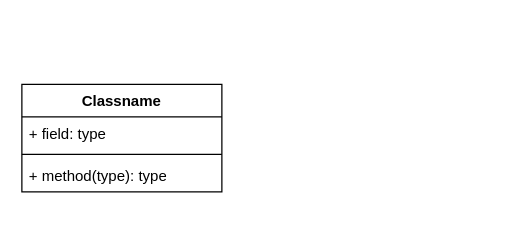
Before: Diagrama de Diseño Relacional ACME.drawio in MichelAdrianTorradoRoa/SISTEMA_DE_CONTROL_DE_ACCESO_PARA_EL_COMPLEJO_EMPRESARIAL_ZONA_ACME, a draw.io diagram. Source tidied: cells renumbered, new cells numbered last; positions are measured from the earlier drawing's top-left corner, leaving out a move shared by most shapes. Both pictures are drawn from the tidied source at 125%, with x=0, y=0 at pixel (21, 84).
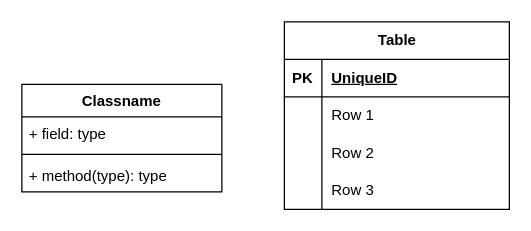
Above is the later version.

Diff of the diagram source:
```diff
@@
 <mxGraphModel>
   <root>
     <mxCell id="0" />
     <mxCell id="1" parent="0" />
     <mxCell id="2" value="Classname" style="swimlane;fontStyle=1;align=center;verticalAlign=top;horizontal=1;startSize=26;whiteSpace=wrap;html=1;" parent="1" vertex="1">
       <mxGeometry width="160" height="86" as="geometry" />
     </mxCell>
     <mxCell id="3" value="+ field: type" style="text;strokeColor=none;fillColor=none;align=left;verticalAlign=top;spacingLeft=4;spacingRight=4;overflow=hidden;whiteSpace=wrap;html=1;" parent="2" vertex="1">
       <mxGeometry y="26" width="160" height="26" as="geometry" />
     </mxCell>
     <mxCell id="4" style="line;strokeWidth=1;fillColor=none;align=left;verticalAlign=middle;spacingTop=-1;spacingLeft=3;spacingRight=3;labelPosition=right;strokeColor=inherit;" parent="2" vertex="1">
       <mxGeometry y="52" width="160" height="8" as="geometry" />
     </mxCell>
     <mxCell id="5" value="+ method(type): type" style="text;strokeColor=none;fillColor=none;align=left;verticalAlign=top;spacingLeft=4;spacingRight=4;overflow=hidden;whiteSpace=wrap;html=1;" parent="2" vertex="1">
       <mxGeometry y="60" width="160" height="26" as="geometry" />
     </mxCell>
+    <mxCell id="6" value="Table" style="shape=table;startSize=30;childLayout=tableLayout;rowLines=0;fontStyle=1;align=center;html=1;" parent="1" vertex="1">
+      <mxGeometry x="210" y="-50" width="180" height="150" as="geometry" />
+    </mxCell>
+    <mxCell id="7" style="shape=tableRow;horizontal=0;startSize=0;swimlaneHead=0;swimlaneBody=0;fillColor=none;top=0;left=0;right=0;bottom=1;" parent="6" vertex="1">
+      <mxGeometry y="30" width="180" height="30" as="geometry" />
+    </mxCell>
+    <mxCell id="8" value="PK" style="shape=partialRectangle;fillColor=none;top=0;left=0;bottom=0;right=0;fontStyle=1;overflow=hidden;whiteSpace=wrap;html=1;" parent="7" vertex="1">
+      <mxGeometry width="30" height="30" as="geometry" />
+    </mxCell>
+    <mxCell id="9" value="UniqueID" style="shape=partialRectangle;fillColor=none;top=0;left=0;bottom=0;right=0;align=left;spacingLeft=6;fontStyle=5;overflow=hidden;whiteSpace=wrap;html=1;" parent="7" vertex="1">
+      <mxGeometry x="30" width="150" height="30" as="geometry" />
+    </mxCell>
+    <mxCell id="10" style="shape=tableRow;horizontal=0;startSize=0;swimlaneHead=0;swimlaneBody=0;fillColor=none;top=0;left=0;right=0;bottom=0;" parent="6" vertex="1">
+      <mxGeometry y="60" width="180" height="30" as="geometry" />
+    </mxCell>
+    <mxCell id="11" style="shape=partialRectangle;fillColor=none;top=0;left=0;bottom=0;right=0;overflow=hidden;whiteSpace=wrap;html=1;" parent="10" vertex="1">
+      <mxGeometry width="30" height="30" as="geometry" />
+    </mxCell>
+    <mxCell id="12" value="Row 1" style="shape=partialRectangle;fillColor=none;top=0;left=0;bottom=0;right=0;align=left;spacingLeft=6;overflow=hidden;whiteSpace=wrap;html=1;" parent="10" vertex="1">
+      <mxGeometry x="30" width="150" height="30" as="geometry" />
+    </mxCell>
+    <mxCell id="13" style="shape=tableRow;horizontal=0;startSize=0;swimlaneHead=0;swimlaneBody=0;fillColor=none;top=0;left=0;right=0;bottom=0;" parent="6" vertex="1">
+      <mxGeometry y="90" width="180" height="30" as="geometry" />
+    </mxCell>
+    <mxCell id="14" style="shape=partialRectangle;fillColor=none;top=0;left=0;bottom=0;right=0;overflow=hidden;whiteSpace=wrap;html=1;" parent="13" vertex="1">
+      <mxGeometry width="30" height="30" as="geometry" />
+    </mxCell>
+    <mxCell id="15" value="Row 2" style="shape=partialRectangle;fillColor=none;top=0;left=0;bottom=0;right=0;align=left;spacingLeft=6;overflow=hidden;whiteSpace=wrap;html=1;" parent="13" vertex="1">
+      <mxGeometry x="30" width="150" height="30" as="geometry" />
+    </mxCell>
+    <mxCell id="16" style="shape=tableRow;horizontal=0;startSize=0;swimlaneHead=0;swimlaneBody=0;fillColor=none;top=0;left=0;right=0;bottom=0;" parent="6" vertex="1">
+      <mxGeometry y="120" width="180" height="30" as="geometry" />
+    </mxCell>
+    <mxCell id="17" style="shape=partialRectangle;fillColor=none;top=0;left=0;bottom=0;right=0;overflow=hidden;whiteSpace=wrap;html=1;" parent="16" vertex="1">
+      <mxGeometry width="30" height="30" as="geometry" />
+    </mxCell>
+    <mxCell id="18" value="Row 3" style="shape=partialRectangle;fillColor=none;top=0;left=0;bottom=0;right=0;align=left;spacingLeft=6;overflow=hidden;whiteSpace=wrap;html=1;" parent="16" vertex="1">
+      <mxGeometry x="30" width="150" height="30" as="geometry" />
+    </mxCell>
   </root>
 </mxGraphModel>
```
